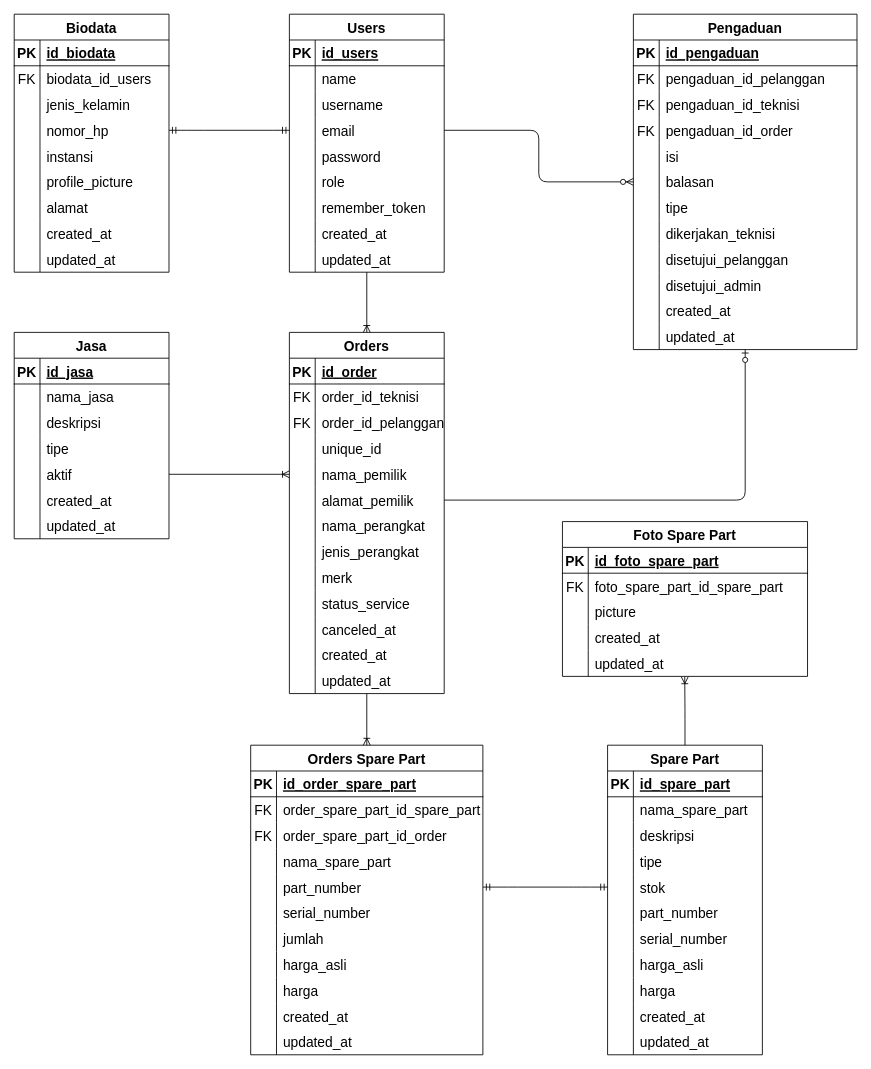
Earlier version of the draw.io diagram Basis Data Konseptual.drawio (Naveigell/ta2). Source tidied: cells renumbered, new cells numbered last; positions are measured from the earlier drawing's top-left corner, leaving out a move shared by most shapes. Both pictures are drawn from the tidied source at 86%, with x=0, y=0 at pixel (14, 14).
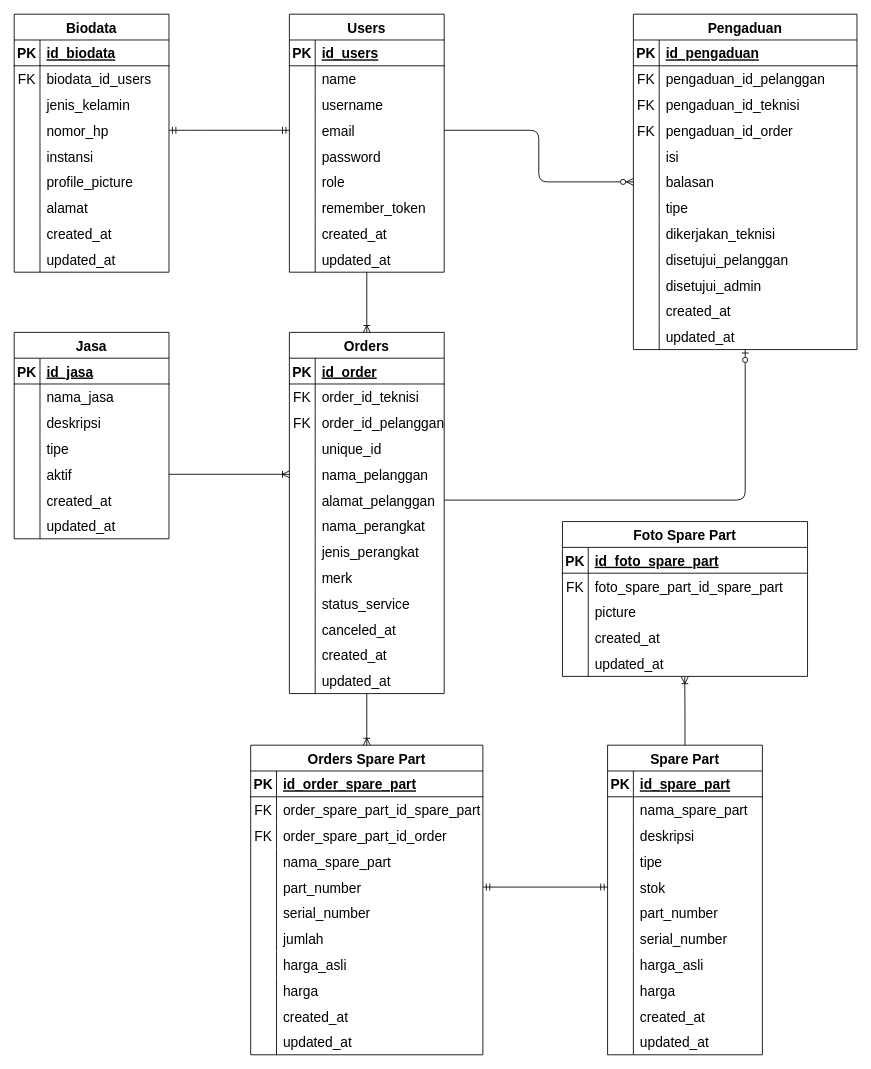
The same diagram, later.

Unchanged cells that the change refers to:
```xml
<mxCell id="132" style="shape=partialRectangle;fillColor=none;top=0;left=0;bottom=0;right=0;points=[[0,0.5],[1,0.5]];portConstraint=eastwest;fontSize=16;" parent="119" vertex="1">
  <mxGeometry y="150" width="180" height="30" as="geometry" />
</mxCell>
<mxCell id="135" style="shape=partialRectangle;fillColor=none;top=0;left=0;bottom=0;right=0;points=[[0,0.5],[1,0.5]];portConstraint=eastwest;fontSize=16;" parent="119" vertex="1">
  <mxGeometry y="180" width="180" height="30" as="geometry" />
</mxCell>
```

Diff of the diagram source:
```diff
@@
-    <mxCell id="134" value="nama_pemilik" style="shape=partialRectangle;fillColor=none;top=0;left=0;bottom=0;right=0;align=left;spacingLeft=6;overflow=hidden;fontSize=16;" parent="132" vertex="1">
+    <mxCell id="134" value="nama_pelanggan" style="shape=partialRectangle;fillColor=none;top=0;left=0;bottom=0;right=0;align=left;spacingLeft=6;overflow=hidden;fontSize=16;" parent="132" vertex="1">
       <mxGeometry x="30" width="150" height="30" as="geometry" />
     </mxCell>
@@
-    <mxCell id="137" value="alamat_pemilik" style="shape=partialRectangle;fillColor=none;top=0;left=0;bottom=0;right=0;align=left;spacingLeft=6;overflow=hidden;fontSize=16;" parent="135" vertex="1">
+    <mxCell id="137" value="alamat_pelanggan" style="shape=partialRectangle;fillColor=none;top=0;left=0;bottom=0;right=0;align=left;spacingLeft=6;overflow=hidden;fontSize=16;" parent="135" vertex="1">
       <mxGeometry x="30" width="150" height="30" as="geometry" />
     </mxCell>
```
